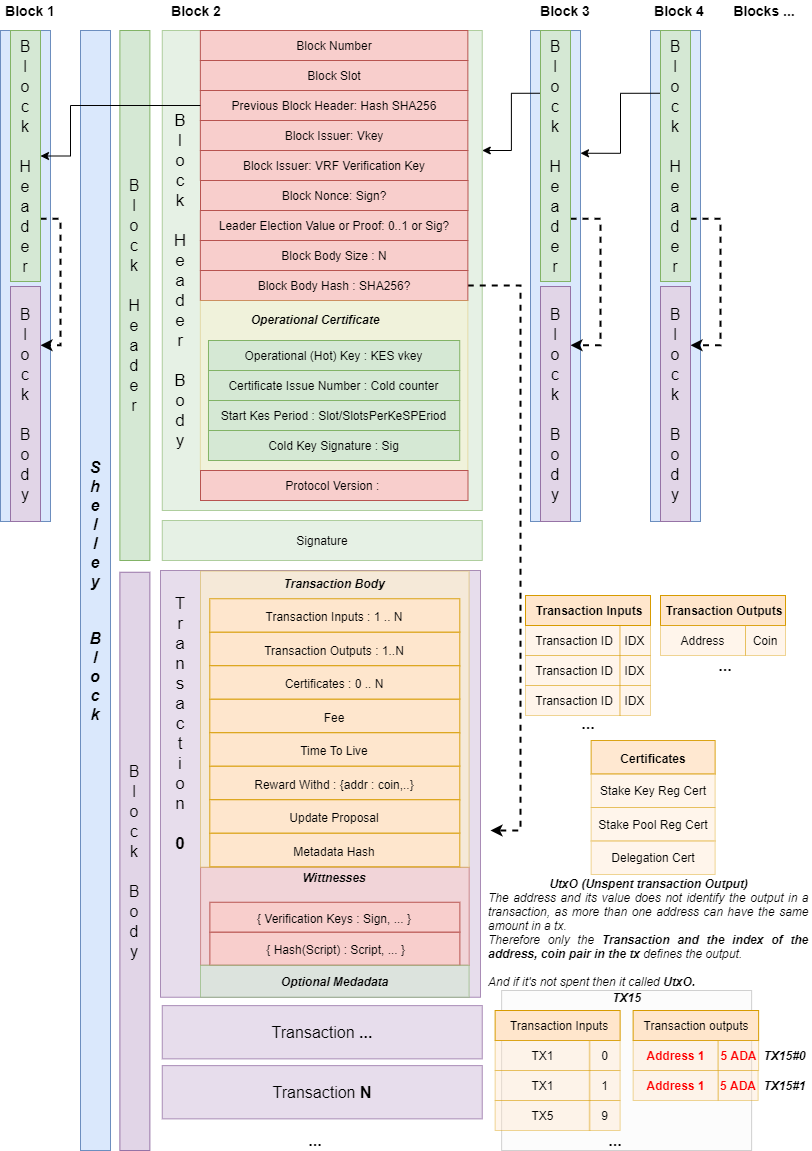
Above: images/ShelleyBlock.png in ilap/ShelleyStuffs (draw.io), before the change. Source tidied: cells renumbered, new cells last; positions are measured from the earlier drawing's top-left corner, leaving out a move shared by most shapes.
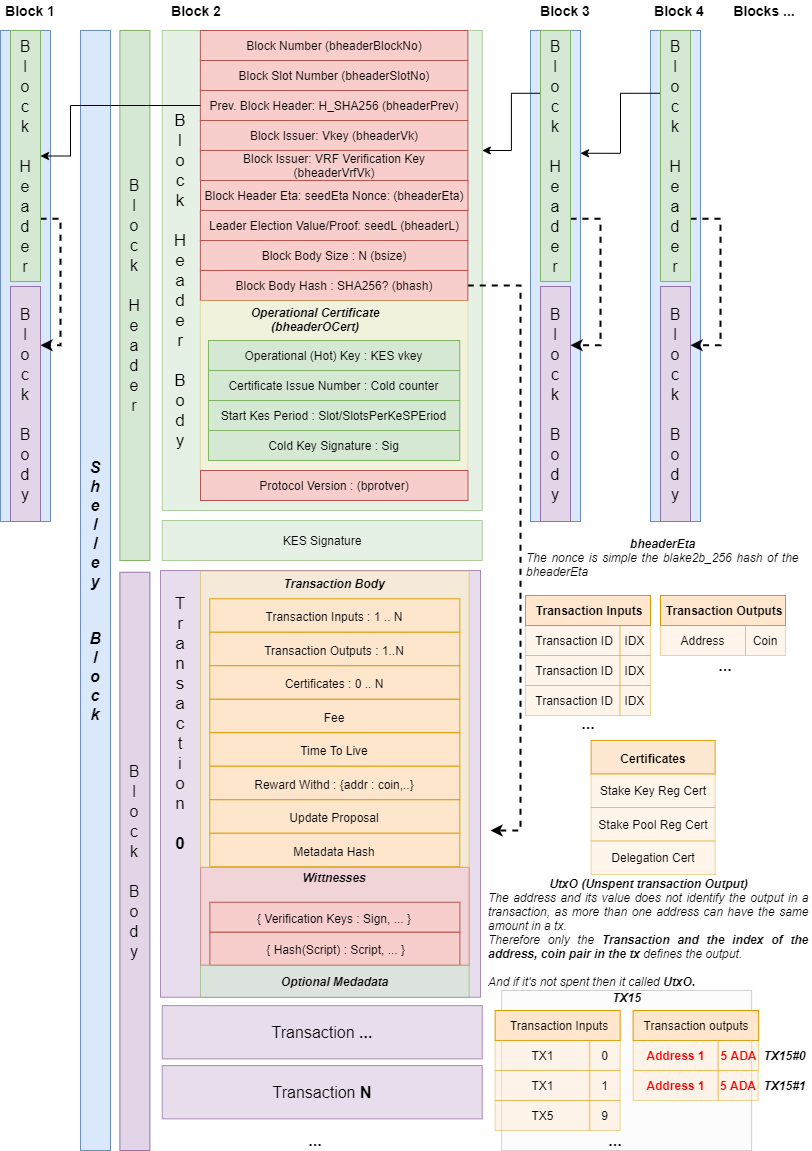
The same diagram one commit later.

What changed in the source:
```diff
@@ -20,22 +20,22 @@
     <mxCell id="7" value="&lt;font style=&quot;font-size: 16px&quot;&gt;&lt;b&gt;&lt;i&gt;S&lt;br&gt;h&lt;br&gt;e&lt;br&gt;l&lt;br&gt;l&lt;br&gt;e&lt;br&gt;y&lt;br&gt;&lt;br&gt;&amp;nbsp;&lt;br&gt;B&lt;br&gt;l&lt;br&gt;o&lt;br&gt;c&lt;br&gt;k&lt;/i&gt;&lt;/b&gt;&lt;/font&gt;" style="rounded=0;whiteSpace=wrap;html=1;align=center;fillColor=#dae8fc;strokeColor=#6c8ebf;" parent="1" vertex="1">
       <mxGeometry x="80" y="30" width="30" height="1120" as="geometry" />
     </mxCell>
-    <mxCell id="8" value="Previous Block Header: Hash SHA256" style="rounded=0;whiteSpace=wrap;html=1;fillColor=#f8cecc;strokeColor=#b85450;" parent="1" vertex="1">
+    <mxCell id="8" value="Prev. Block Header: H_SHA256 (bheaderPrev)" style="rounded=0;whiteSpace=wrap;html=1;fillColor=#f8cecc;strokeColor=#b85450;" parent="1" vertex="1">
       <mxGeometry x="199.8" y="90" width="267.5" height="30" as="geometry" />
     </mxCell>
-    <mxCell id="9" value="Block Issuer: Vkey" style="rounded=0;whiteSpace=wrap;html=1;fillColor=#f8cecc;strokeColor=#b85450;align=center;" parent="1" vertex="1">
+    <mxCell id="9" value="Block Issuer: Vkey (bheaderVk)" style="rounded=0;whiteSpace=wrap;html=1;fillColor=#f8cecc;strokeColor=#b85450;align=center;" parent="1" vertex="1">
       <mxGeometry x="199.9" y="120" width="267.5" height="30" as="geometry" />
     </mxCell>
-    <mxCell id="10" value="Block Issuer: VRF Verification Key" style="rounded=0;whiteSpace=wrap;html=1;fillColor=#f8cecc;strokeColor=#b85450;align=center;" parent="1" vertex="1">
+    <mxCell id="10" value="Block Issuer: VRF Verification Key (bheaderVrfVk)" style="rounded=0;whiteSpace=wrap;html=1;fillColor=#f8cecc;strokeColor=#b85450;align=center;" parent="1" vertex="1">
       <mxGeometry x="199.9" y="150" width="267.5" height="30" as="geometry" />
     </mxCell>
-    <mxCell id="11" value="Block Nonce: Sign?" style="rounded=0;whiteSpace=wrap;html=1;fillColor=#f8cecc;strokeColor=#b85450;align=center;" parent="1" vertex="1">
+    <mxCell id="11" value="Block Header Eta: seedEta Nonce: (bheaderEta)" style="rounded=0;whiteSpace=wrap;html=1;fillColor=#f8cecc;strokeColor=#b85450;align=center;" parent="1" vertex="1">
       <mxGeometry x="200" y="180" width="267.5" height="30" as="geometry" />
     </mxCell>
-    <mxCell id="12" value="Leader Election Value or Proof: 0..1 or Sig?" style="rounded=0;whiteSpace=wrap;html=1;fillColor=#f8cecc;strokeColor=#b85450;align=center;" parent="1" vertex="1">
+    <mxCell id="12" value="Leader Election Value/Proof: seedL (bheaderL)" style="rounded=0;whiteSpace=wrap;html=1;fillColor=#f8cecc;strokeColor=#b85450;align=center;" parent="1" vertex="1">
       <mxGeometry x="199.9" y="210" width="267.5" height="30" as="geometry" />
     </mxCell>
-    <mxCell id="13" value="Block Body Size : N" style="rounded=0;whiteSpace=wrap;html=1;fillColor=#f8cecc;strokeColor=#b85450;align=center;" parent="1" vertex="1">
+    <mxCell id="13" value="Block Body Size : N (bsize)" style="rounded=0;whiteSpace=wrap;html=1;fillColor=#f8cecc;strokeColor=#b85450;align=center;" parent="1" vertex="1">
       <mxGeometry x="199.8" y="240" width="267.5" height="30" as="geometry" />
     </mxCell>
     <mxCell id="14" style="edgeStyle=orthogonalEdgeStyle;rounded=0;jettySize=auto;html=1;fontSize=12;dashed=1;strokeWidth=2;" parent="1" edge="1" source="15">
@@ -47,7 +47,7 @@
         </Array>
       </mxGeometry>
     </mxCell>
-    <mxCell id="15" value="Block Body Hash : SHA256?" style="rounded=0;whiteSpace=wrap;html=1;fillColor=#f8cecc;strokeColor=#b85450;align=center;" parent="1" vertex="1">
+    <mxCell id="15" value="Block Body Hash : SHA256? (bhash)" style="rounded=0;whiteSpace=wrap;html=1;fillColor=#f8cecc;strokeColor=#b85450;align=center;" parent="1" vertex="1">
       <mxGeometry x="199.8" y="270" width="267.5" height="30" as="geometry" />
     </mxCell>
     <mxCell id="16" style="rounded=0;whiteSpace=wrap;html=1;fillColor=#fff2cc;strokeColor=#d6b656;align=center;opacity=40;" parent="1" vertex="1">
@@ -56,7 +56,7 @@
     <mxCell id="17" value="Operational (Hot) Key : KES vkey" style="rounded=0;whiteSpace=wrap;html=1;fillColor=#d5e8d4;strokeColor=#82b366;align=center;" parent="1" vertex="1">
       <mxGeometry x="208" y="340" width="251.2" height="30" as="geometry" />
     </mxCell>
-    <mxCell id="18" value="Operational Certificate" style="text;html=1;strokeColor=none;fillColor=none;align=center;verticalAlign=middle;whiteSpace=wrap;rounded=0;fontStyle=3;" parent="1" vertex="1">
+    <mxCell id="18" value="Operational Certificate (bheaderOCert)" style="text;html=1;strokeColor=none;fillColor=none;align=center;verticalAlign=middle;whiteSpace=wrap;rounded=0;fontStyle=3;" parent="1" vertex="1">
       <mxGeometry x="244.8" y="304" width="140" height="30" as="geometry" />
     </mxCell>
     <mxCell id="19" value="Certificate Issue Number : Cold counter" style="rounded=0;whiteSpace=wrap;html=1;fillColor=#d5e8d4;strokeColor=#82b366;align=center;" parent="1" vertex="1">
@@ -68,7 +68,7 @@
     <mxCell id="21" value="Cold Key Signature : Sig" style="rounded=0;whiteSpace=wrap;html=1;fillColor=#d5e8d4;strokeColor=#82b366;align=center;" parent="1" vertex="1">
       <mxGeometry x="208" y="430" width="251.2" height="30" as="geometry" />
     </mxCell>
-    <mxCell id="22" value="Protocol Version :&amp;nbsp;" style="rounded=0;whiteSpace=wrap;html=1;fillColor=#f8cecc;strokeColor=#b85450;align=center;" parent="1" vertex="1">
+    <mxCell id="22" value="Protocol Version : (bprotver)" style="rounded=0;whiteSpace=wrap;html=1;fillColor=#f8cecc;strokeColor=#b85450;align=center;" parent="1" vertex="1">
       <mxGeometry x="200" y="470" width="267.5" height="30" as="geometry" />
     </mxCell>
     <mxCell id="23" value="&amp;nbsp;Transaction ID" style="rounded=0;whiteSpace=wrap;html=1;fontSize=12;opacity=40;align=center;fillColor=#ffe6cc;strokeColor=#d79b00;" parent="1" vertex="1">
@@ -119,7 +119,7 @@
     <mxCell id="38" value="&lt;font style=&quot;font-size: 16px&quot;&gt;B&lt;br&gt;l&lt;br&gt;o&lt;br&gt;c&lt;br&gt;k&lt;br&gt;&amp;nbsp;&lt;br&gt;B&lt;br&gt;o&lt;br&gt;d&lt;br&gt;y&lt;/font&gt;" style="rounded=0;whiteSpace=wrap;html=1;fontSize=17;align=center;fillColor=#e1d5e7;strokeColor=#9673a6;" parent="1" vertex="1">
       <mxGeometry x="119.4" y="571.8" width="30" height="578.2" as="geometry" />
     </mxCell>
-    <mxCell id="39" value="&lt;font style=&quot;font-size: 12px;&quot;&gt;Signature&lt;br style=&quot;font-size: 12px;&quot;&gt;&lt;/font&gt;" style="rounded=0;whiteSpace=wrap;html=1;fontSize=12;align=center;fillColor=#d5e8d4;strokeColor=#82b366;opacity=60;" parent="1" vertex="1">
+    <mxCell id="39" value="&lt;font style=&quot;font-size: 12px&quot;&gt;KES Signature&lt;br style=&quot;font-size: 12px&quot;&gt;&lt;/font&gt;" style="rounded=0;whiteSpace=wrap;html=1;fontSize=12;align=center;fillColor=#d5e8d4;strokeColor=#82b366;opacity=60;" parent="1" vertex="1">
       <mxGeometry x="161.8" y="520" width="320" height="40" as="geometry" />
     </mxCell>
     <mxCell id="40" value="..." style="text;html=1;strokeColor=none;fillColor=none;align=center;verticalAlign=middle;whiteSpace=wrap;rounded=0;fontSize=16;opacity=60;fontStyle=1;" parent="1" vertex="1">
@@ -300,10 +300,10 @@
     <mxCell id="95" value="&lt;font style=&quot;font-size: 12px&quot;&gt;&lt;b&gt;&lt;i&gt;Wittnesses&lt;/i&gt;&lt;/b&gt;&lt;/font&gt;" style="text;html=1;strokeColor=none;fillColor=none;align=center;verticalAlign=middle;whiteSpace=wrap;rounded=0;fontSize=17;opacity=40;" parent="1" vertex="1">
       <mxGeometry x="259.4" y="866.2" width="150" height="20" as="geometry" />
     </mxCell>
-    <mxCell id="96" value="Block Number" style="rounded=0;whiteSpace=wrap;html=1;fillColor=#f8cecc;strokeColor=#b85450;align=center;" parent="1" vertex="1">
+    <mxCell id="96" value="Block Number (bheaderBlockNo)" style="rounded=0;whiteSpace=wrap;html=1;fillColor=#f8cecc;strokeColor=#b85450;align=center;" parent="1" vertex="1">
       <mxGeometry x="199.8" y="30" width="267.5" height="30" as="geometry" />
     </mxCell>
-    <mxCell id="97" value="Block Slot" style="rounded=0;whiteSpace=wrap;html=1;fillColor=#f8cecc;strokeColor=#b85450;align=center;" parent="1" vertex="1">
+    <mxCell id="97" value="Block Slot Number (bheaderSlotNo)" style="rounded=0;whiteSpace=wrap;html=1;fillColor=#f8cecc;strokeColor=#b85450;align=center;" parent="1" vertex="1">
       <mxGeometry x="199.8" y="60" width="267.5" height="30" as="geometry" />
     </mxCell>
     <mxCell id="98" style="edgeStyle=orthogonalEdgeStyle;rounded=0;jettySize=auto;html=1;entryX=1;entryY=0.5;entryDx=0;entryDy=0;" parent="1" edge="1" source="8" target="47">
@@ -314,5 +314,8 @@
         </Array>
       </mxGeometry>
     </mxCell>
+    <mxCell id="99" value="&lt;div&gt;&lt;i&gt;&lt;b&gt;bheaderEta&lt;/b&gt;&lt;/i&gt;&lt;/div&gt;&lt;div style=&quot;text-align: justify&quot;&gt;&lt;i&gt;The nonce is simple the blake2b_256 hash of the bheaderEta&lt;/i&gt;&lt;/div&gt;" style="text;html=1;strokeColor=none;fillColor=none;align=center;verticalAlign=top;whiteSpace=wrap;rounded=0;fontSize=12;opacity=40;" parent="1" vertex="1">
+      <mxGeometry x="525" y="530" width="275" height="50" as="geometry" />
+    </mxCell>
   </root>
 </mxGraphModel>
```
